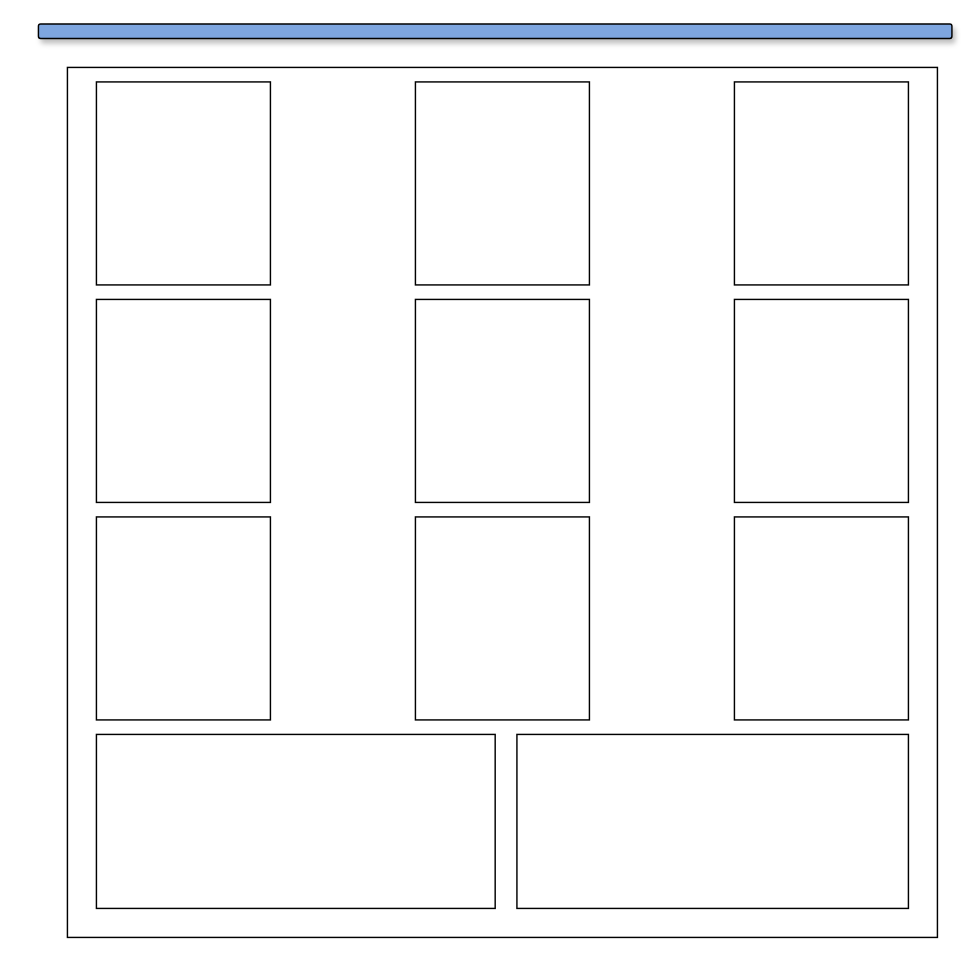
Earlier version of the draw.io diagram Diagramme sans nom.drawio (Busymanbusiness/mon-jardin). Source tidied: cells renumbered, new cells numbered last; positions are measured from the earlier drawing's top-left corner, leaving out a move shared by most shapes. Both pictures are drawn from the tidied source at 145%, with x=0, y=0 at pixel (38, 23).
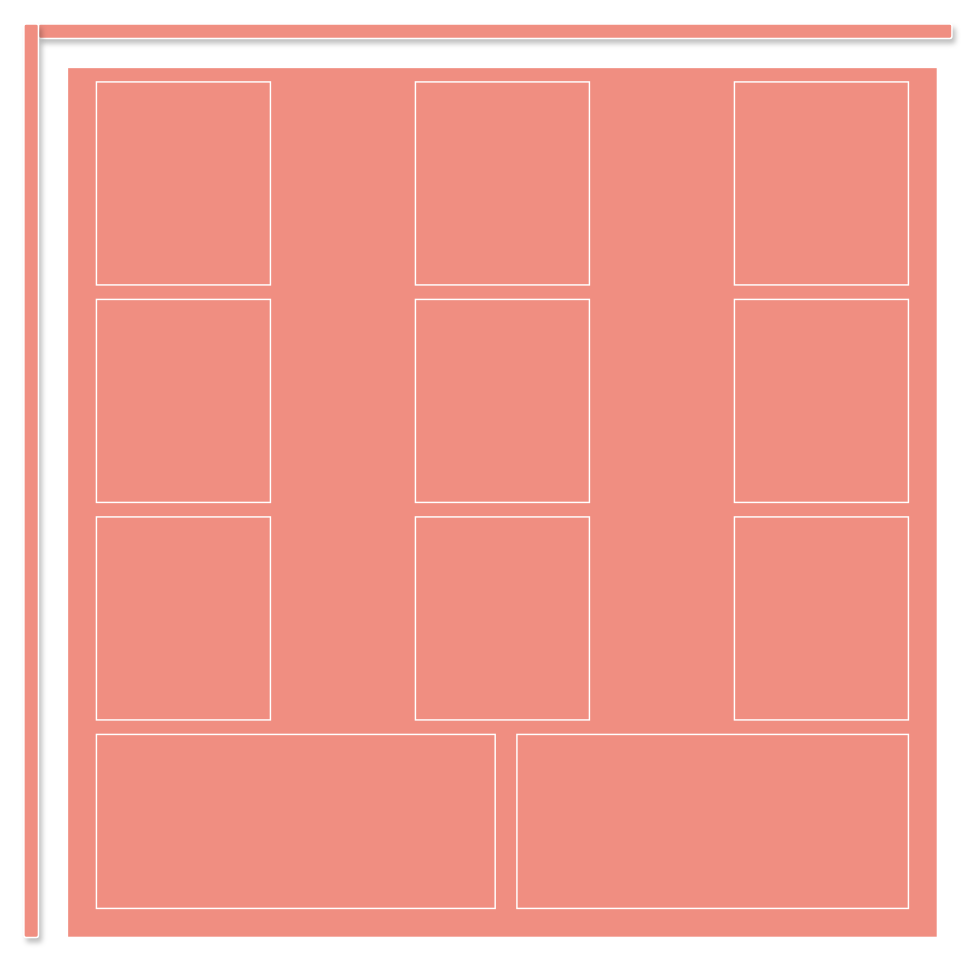
The same page after the edit.

Commit message:
Mettre à jour Diagramme sans nom.drawio

The edit, as a diff of the source:
```diff
@@
 <mxGraphModel>
   <root>
     <mxCell id="0" />
     <mxCell id="1" parent="0" />
-    <mxCell id="2" style="whiteSpace=wrap;html=1;movableLabel=1;noLabel=1;" parent="1" vertex="1">
+    <mxCell id="2" style="whiteSpace=wrap;html=1;movableLabel=1;noLabel=1;labelBackgroundColor=none;fillColor=#F08E81;strokeColor=#FFFFFF;fontColor=#1A1A1A;" parent="1" vertex="1">
       <mxGeometry x="20" y="30" width="600" height="600" as="geometry" />
     </mxCell>
-    <mxCell id="3" style="rounded=1;whiteSpace=wrap;html=1;gradientColor=none;glass=0;shadow=1;fillStyle=solid;fillColor=#7EA6E0;movableLabel=1;noLabel=1;" parent="1" vertex="1">
+    <mxCell id="3" style="rounded=1;whiteSpace=wrap;html=1;glass=0;shadow=1;fillStyle=solid;fillColor=#F08E81;movableLabel=1;noLabel=1;labelBackgroundColor=none;strokeColor=#FFFFFF;fontColor=#1A1A1A;" parent="1" vertex="1">
       <mxGeometry width="630" height="10" as="geometry" />
     </mxCell>
-    <mxCell id="4" style="rounded=0;whiteSpace=wrap;html=1;movableLabel=1;noLabel=1;" parent="1" vertex="1">
+    <mxCell id="4" style="rounded=0;whiteSpace=wrap;html=1;movableLabel=1;noLabel=1;labelBackgroundColor=none;fillColor=#F08E81;strokeColor=#FFFFFF;fontColor=#1A1A1A;" parent="1" vertex="1">
       <mxGeometry x="480" y="40" width="120" height="140" as="geometry" />
     </mxCell>
-    <mxCell id="5" style="rounded=0;whiteSpace=wrap;html=1;movableLabel=1;noLabel=1;" parent="1" vertex="1">
+    <mxCell id="5" style="rounded=0;whiteSpace=wrap;html=1;movableLabel=1;noLabel=1;labelBackgroundColor=none;fillColor=#F08E81;strokeColor=#FFFFFF;fontColor=#1A1A1A;" parent="1" vertex="1">
       <mxGeometry x="480" y="190" width="120" height="140" as="geometry" />
     </mxCell>
-    <mxCell id="6" style="rounded=0;whiteSpace=wrap;html=1;movableLabel=1;noLabel=1;" parent="1" vertex="1">
+    <mxCell id="6" style="rounded=0;whiteSpace=wrap;html=1;movableLabel=1;noLabel=1;labelBackgroundColor=none;fillColor=#F08E81;strokeColor=#FFFFFF;fontColor=#1A1A1A;" parent="1" vertex="1">
       <mxGeometry x="480" y="340" width="120" height="140" as="geometry" />
     </mxCell>
-    <mxCell id="7" style="rounded=0;whiteSpace=wrap;html=1;rotation=-90;movableLabel=1;noLabel=1;" parent="1" vertex="1">
+    <mxCell id="7" style="rounded=0;whiteSpace=wrap;html=1;rotation=-90;movableLabel=1;noLabel=1;labelBackgroundColor=none;fillColor=#F08E81;strokeColor=#FFFFFF;fontColor=#1A1A1A;" parent="1" vertex="1">
       <mxGeometry x="405" y="415" width="120" height="270" as="geometry" />
     </mxCell>
-    <mxCell id="8" style="rounded=0;whiteSpace=wrap;html=1;rotation=-90;movableLabel=1;noLabel=1;" parent="1" vertex="1">
+    <mxCell id="8" style="rounded=0;whiteSpace=wrap;html=1;rotation=-90;movableLabel=1;noLabel=1;labelBackgroundColor=none;fillColor=#F08E81;strokeColor=#FFFFFF;fontColor=#1A1A1A;" parent="1" vertex="1">
       <mxGeometry x="117.5" y="412.5" width="120" height="275" as="geometry" />
     </mxCell>
-    <mxCell id="9" style="rounded=0;whiteSpace=wrap;html=1;movableLabel=1;noLabel=1;" parent="1" vertex="1">
+    <mxCell id="9" style="rounded=0;whiteSpace=wrap;html=1;movableLabel=1;noLabel=1;labelBackgroundColor=none;fillColor=#F08E81;strokeColor=#FFFFFF;fontColor=#1A1A1A;" parent="1" vertex="1">
       <mxGeometry x="260" y="340" width="120" height="140" as="geometry" />
     </mxCell>
-    <mxCell id="10" style="rounded=0;whiteSpace=wrap;html=1;movableLabel=1;noLabel=1;" parent="1" vertex="1">
+    <mxCell id="10" style="rounded=0;whiteSpace=wrap;html=1;movableLabel=1;noLabel=1;labelBackgroundColor=none;fillColor=#F08E81;strokeColor=#FFFFFF;fontColor=#1A1A1A;" parent="1" vertex="1">
       <mxGeometry x="260" y="190" width="120" height="140" as="geometry" />
     </mxCell>
-    <mxCell id="11" style="rounded=0;whiteSpace=wrap;html=1;movableLabel=1;noLabel=1;" parent="1" vertex="1">
+    <mxCell id="11" style="rounded=0;whiteSpace=wrap;html=1;movableLabel=1;noLabel=1;labelBackgroundColor=none;fillColor=#F08E81;strokeColor=#FFFFFF;fontColor=#1A1A1A;" parent="1" vertex="1">
       <mxGeometry x="260" y="40" width="120" height="140" as="geometry" />
     </mxCell>
-    <mxCell id="12" style="rounded=0;whiteSpace=wrap;html=1;movableLabel=1;noLabel=1;" parent="1" vertex="1">
+    <mxCell id="12" style="rounded=0;whiteSpace=wrap;html=1;movableLabel=1;noLabel=1;labelBackgroundColor=none;fillColor=#F08E81;strokeColor=#FFFFFF;fontColor=#1A1A1A;" parent="1" vertex="1">
       <mxGeometry x="40" y="340" width="120" height="140" as="geometry" />
     </mxCell>
-    <mxCell id="13" style="rounded=0;whiteSpace=wrap;html=1;movableLabel=1;noLabel=1;" parent="1" vertex="1">
+    <mxCell id="13" style="rounded=0;whiteSpace=wrap;html=1;movableLabel=1;noLabel=1;labelBackgroundColor=none;fillColor=#F08E81;strokeColor=#FFFFFF;fontColor=#1A1A1A;" parent="1" vertex="1">
       <mxGeometry x="40" y="190" width="120" height="140" as="geometry" />
     </mxCell>
-    <mxCell id="14" style="rounded=0;whiteSpace=wrap;html=1;movableLabel=1;noLabel=1;" parent="1" vertex="1">
+    <mxCell id="14" style="rounded=0;whiteSpace=wrap;html=1;movableLabel=1;noLabel=1;labelBackgroundColor=none;fillColor=#F08E81;strokeColor=#FFFFFF;fontColor=#1A1A1A;" parent="1" vertex="1">
       <mxGeometry x="40" y="40" width="120" height="140" as="geometry" />
     </mxCell>
+    <mxCell id="15" style="rounded=1;whiteSpace=wrap;html=1;glass=0;shadow=1;fillStyle=solid;fillColor=#F08E81;movableLabel=1;noLabel=1;rotation=90;labelBackgroundColor=none;strokeColor=#FFFFFF;fontColor=#1A1A1A;" parent="1" vertex="1">
+      <mxGeometry x="-320" y="310" width="630" height="10" as="geometry" />
+    </mxCell>
   </root>
 </mxGraphModel>
```
